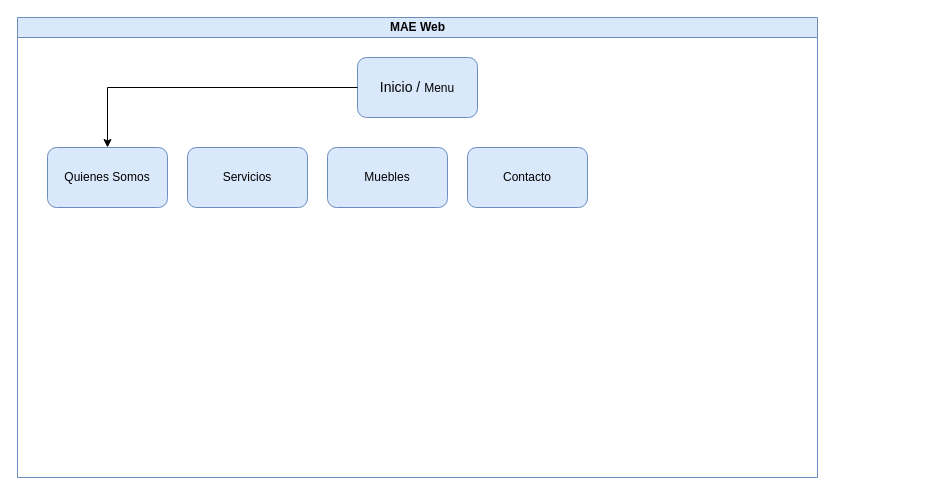
Before: Actual/Diagrama sin título.drawio in RaulGutierrezCarmona/Diagrams, a draw.io diagram. Source tidied: cells renumbered, new cells numbered last; positions are measured from the earlier drawing's top-left corner, leaving out a move shared by most shapes. Both pictures are drawn from the tidied source at 100%, with x=0, y=0 at pixel (17, 17).
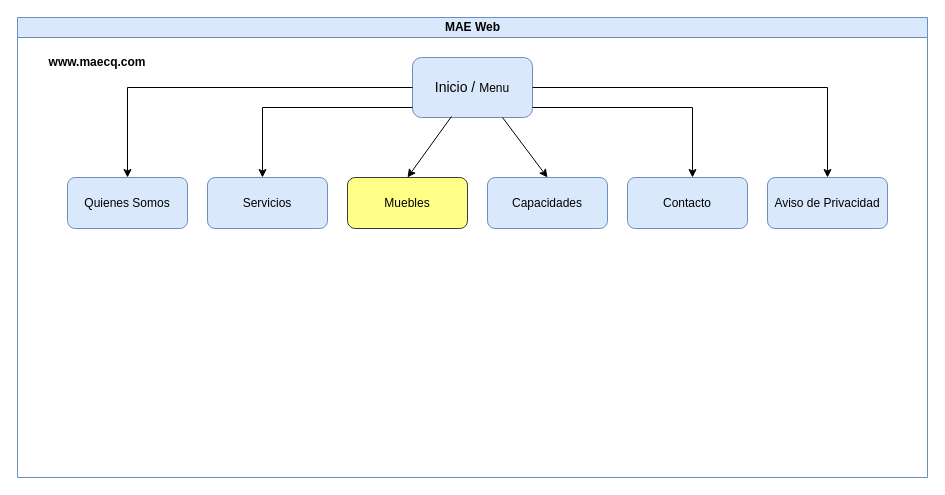
After the change.

Commit message:
Se forma el mapa de sitio1.drawio

What changed in the source:
```diff
@@
     <mxCell id="2" value="MAE Web" style="swimlane;html=1;startSize=20;horizontal=1;containerType=tree;glass=0;fillColor=#dae8fc;strokeColor=#6c8ebf;" parent="1" vertex="1">
-      <mxGeometry width="800" height="460" as="geometry" />
+      <mxGeometry width="910" height="460" as="geometry" />
     </mxCell>
     <mxCell id="3" value="&lt;font style=&quot;font-size: 14px;&quot;&gt;Inicio / &lt;/font&gt;&lt;font style=&quot;font-size: 12px;&quot;&gt;Menu&lt;/font&gt;" style="rounded=1;whiteSpace=wrap;html=1;fillColor=#dae8fc;strokeColor=#6c8ebf;" parent="2" vertex="1">
-      <mxGeometry x="340" y="40" width="120" height="60" as="geometry" />
+      <mxGeometry x="395" y="40" width="120" height="60" as="geometry" />
     </mxCell>
     <mxCell id="4" style="edgeStyle=orthogonalEdgeStyle;rounded=0;jettySize=auto;html=1;fontSize=12;entryX=0.5;entryY=0;entryDx=0;entryDy=0;exitX=0;exitY=0.5;exitDx=0;exitDy=0;" parent="2" edge="1" source="3" target="5">
       <mxGeometry relative="1" as="geometry">
         <Array as="points">
-          <mxPoint x="90" y="70" />
+          <mxPoint x="110" y="70" />
         </Array>
       </mxGeometry>
     </mxCell>
     <mxCell id="5" value="&lt;font style=&quot;font-size: 12px;&quot;&gt;Quienes Somos&lt;/font&gt;" style="rounded=1;whiteSpace=wrap;html=1;fillColor=#dae8fc;strokeColor=#6c8ebf;" parent="2" vertex="1">
-      <mxGeometry x="30" y="130" width="120" height="60" as="geometry" />
+      <mxGeometry x="50" y="160" width="120" height="51" as="geometry" />
     </mxCell>
     <mxCell id="6" value="&lt;font style=&quot;font-size: 12px;&quot;&gt;Servicios&lt;/font&gt;" style="rounded=1;whiteSpace=wrap;html=1;fillColor=#dae8fc;strokeColor=#6c8ebf;" parent="2" vertex="1">
-      <mxGeometry x="170" y="130" width="120" height="60" as="geometry" />
+      <mxGeometry x="190" y="160" width="120" height="51" as="geometry" />
     </mxCell>
-    <mxCell id="7" value="&lt;font style=&quot;font-size: 12px;&quot;&gt;Muebles&lt;/font&gt;" style="rounded=1;whiteSpace=wrap;html=1;fillColor=#dae8fc;strokeColor=#6c8ebf;" parent="2" vertex="1">
-      <mxGeometry x="310" y="130" width="120" height="60" as="geometry" />
+    <mxCell id="7" value="&lt;font style=&quot;font-size: 12px;&quot;&gt;Muebles&lt;/font&gt;" style="rounded=1;whiteSpace=wrap;html=1;fillColor=#ffff88;strokeColor=#36393d;" parent="2" vertex="1">
+      <mxGeometry x="330" y="160" width="120" height="51" as="geometry" />
     </mxCell>
     <mxCell id="8" value="&lt;font style=&quot;font-size: 12px;&quot;&gt;Contacto&lt;/font&gt;" style="rounded=1;whiteSpace=wrap;html=1;fillColor=#dae8fc;strokeColor=#6c8ebf;" parent="2" vertex="1">
-      <mxGeometry x="450" y="130" width="120" height="60" as="geometry" />
+      <mxGeometry x="610" y="160" width="120" height="51" as="geometry" />
     </mxCell>
+    <mxCell id="9" value="&lt;font style=&quot;font-size: 12px;&quot;&gt;Aviso de Privacidad&lt;br&gt;&lt;/font&gt;" style="rounded=1;whiteSpace=wrap;html=1;fillColor=#dae8fc;strokeColor=#6c8ebf;" parent="2" vertex="1">
+      <mxGeometry x="750" y="160" width="120" height="51" as="geometry" />
+    </mxCell>
+    <mxCell id="10" value="&lt;font style=&quot;font-size: 12px;&quot;&gt;Capacidades&lt;/font&gt;" style="rounded=1;whiteSpace=wrap;html=1;fillColor=#dae8fc;strokeColor=#6c8ebf;" parent="2" vertex="1">
+      <mxGeometry x="470" y="160" width="120" height="51" as="geometry" />
+    </mxCell>
+    <mxCell id="11" style="endArrow=classic;html=1;rounded=0;fontSize=12;entryX=0.5;entryY=0;entryDx=0;entryDy=0;exitX=0.042;exitY=0.833;exitDx=0;exitDy=0;exitPerimeter=0;" parent="2" edge="1">
+      <mxGeometry relative="1" as="geometry">
+        <mxPoint x="395" y="90" as="sourcePoint" />
+        <mxPoint x="245" y="160" as="targetPoint" />
+        <Array as="points">
+          <mxPoint x="245" y="90" />
+        </Array>
+      </mxGeometry>
+    </mxCell>
+    <mxCell id="12" style="endArrow=classic;html=1;rounded=0;fontSize=12;exitX=0.325;exitY=0.983;exitDx=0;exitDy=0;exitPerimeter=0;entryX=0.5;entryY=0;entryDx=0;entryDy=0;" parent="2" edge="1" source="3" target="7">
+      <mxGeometry relative="1" as="geometry" />
+    </mxCell>
+    <mxCell id="13" style="endArrow=classic;html=1;rounded=0;fontSize=12;exitX=0.75;exitY=1;exitDx=0;exitDy=0;entryX=0.5;entryY=0;entryDx=0;entryDy=0;" parent="2" edge="1" source="3" target="10">
+      <mxGeometry relative="1" as="geometry" />
+    </mxCell>
+    <mxCell id="14" style="endArrow=classic;html=1;rounded=0;fontSize=12;entryX=0.5;entryY=0;entryDx=0;entryDy=0;" parent="2" edge="1">
+      <mxGeometry relative="1" as="geometry">
+        <mxPoint x="515" y="90" as="sourcePoint" />
+        <mxPoint x="675" y="160" as="targetPoint" />
+        <Array as="points">
+          <mxPoint x="675" y="90" />
+        </Array>
+      </mxGeometry>
+    </mxCell>
+    <mxCell id="15" style="endArrow=classic;html=1;rounded=0;fontSize=12;exitX=1;exitY=0.5;exitDx=0;exitDy=0;entryX=0.5;entryY=0;entryDx=0;entryDy=0;" parent="2" edge="1" source="3" target="9">
+      <mxGeometry relative="1" as="geometry">
+        <Array as="points">
+          <mxPoint x="810" y="70" />
+        </Array>
+      </mxGeometry>
+    </mxCell>
+    <mxCell id="16" value="&lt;b&gt;www.maecq.com&lt;/b&gt;" style="text;html=1;strokeColor=none;fillColor=none;align=center;verticalAlign=middle;whiteSpace=wrap;rounded=0;fontSize=12;" parent="2" vertex="1">
+      <mxGeometry x="50" y="30" width="60" height="30" as="geometry" />
+    </mxCell>
```
